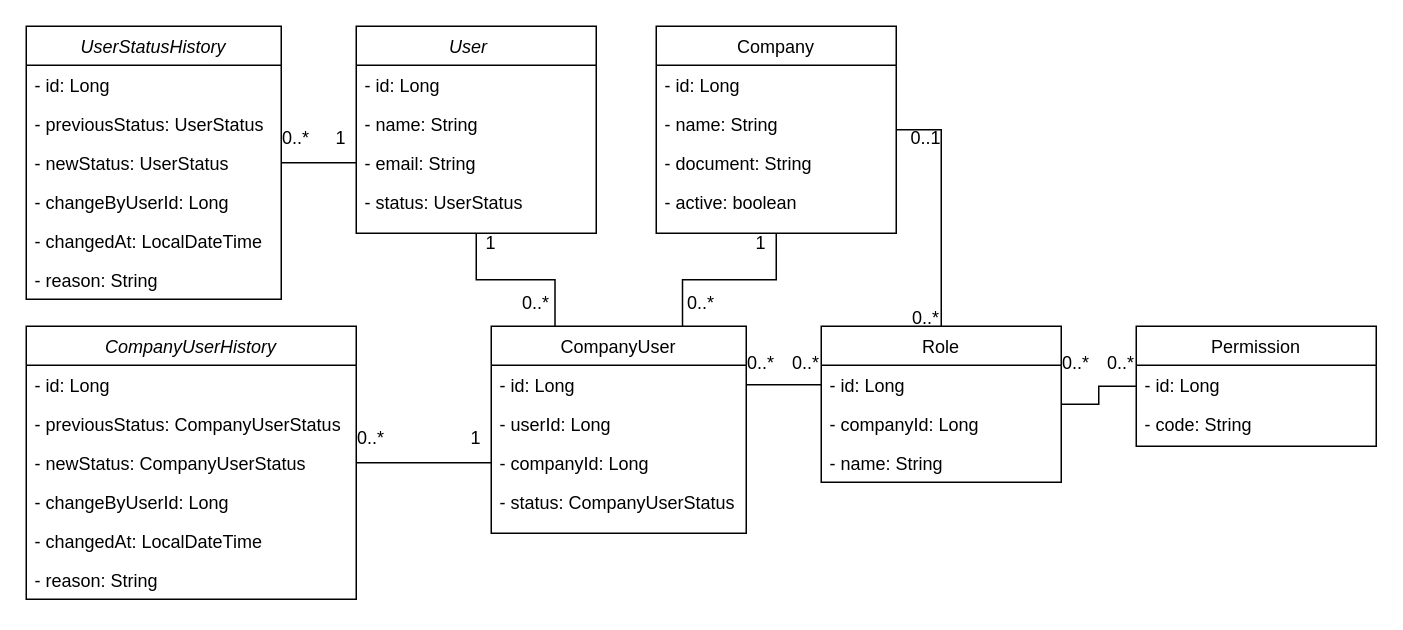
Before: docs/uml/admin.drawio in DanAzevedo/erp, a draw.io diagram. Source tidied: cells renumbered, new cells numbered last; positions are measured from the earlier drawing's top-left corner, leaving out a move shared by most shapes. Both pictures are drawn from the tidied source at 150%, with x=0, y=0 at pixel (26, 26).
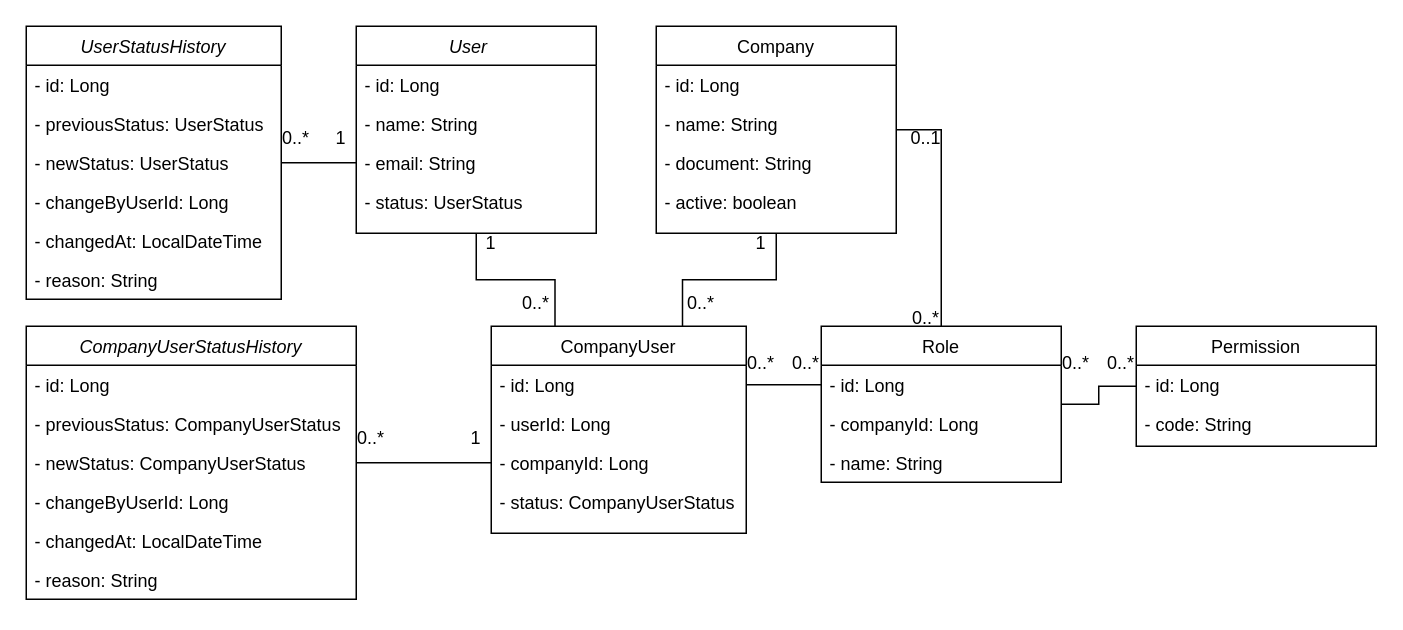
After the change.

The edit, as a diff of the source:
```diff
@@
-    <mxCell id="50" value="CompanyUserHistory" style="swimlane;fontStyle=2;align=center;verticalAlign=top;horizontal=1;startSize=26;rounded=0;shadow=0;strokeWidth=1;" parent="1" vertex="1">
+    <mxCell id="50" value="CompanyUserStatusHistory" style="swimlane;fontStyle=2;align=center;verticalAlign=top;horizontal=1;startSize=26;rounded=0;shadow=0;strokeWidth=1;" parent="1" vertex="1">
       <mxGeometry y="200" width="220" height="182" as="geometry" />
     </mxCell>
```
